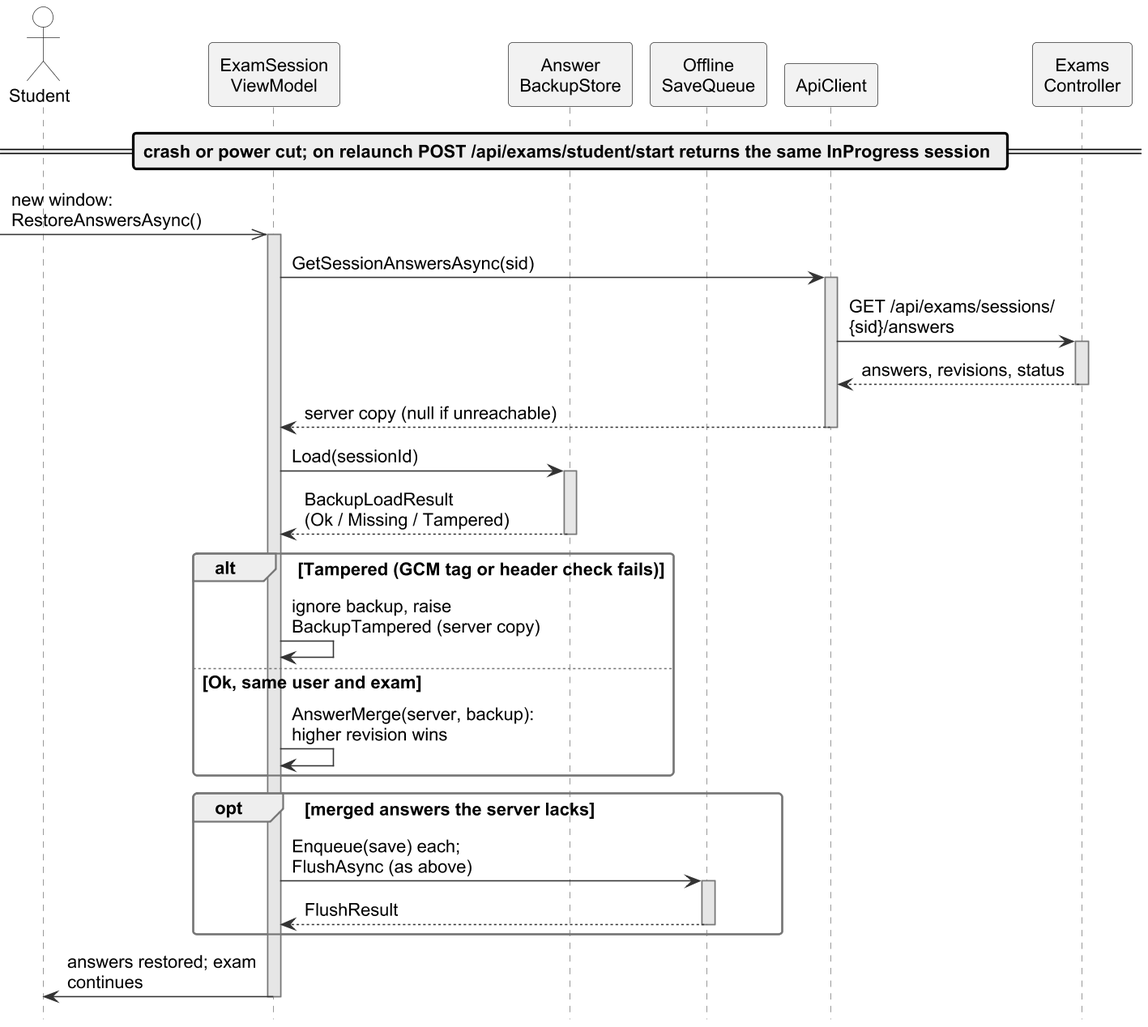
Haiderali27-hub/AI-Lab-Monitoring- keeps this PlantUML diagram as important docs/fyp_doc_3chatp/Figures/seq_recovery_b.png. Above is the earlier version.
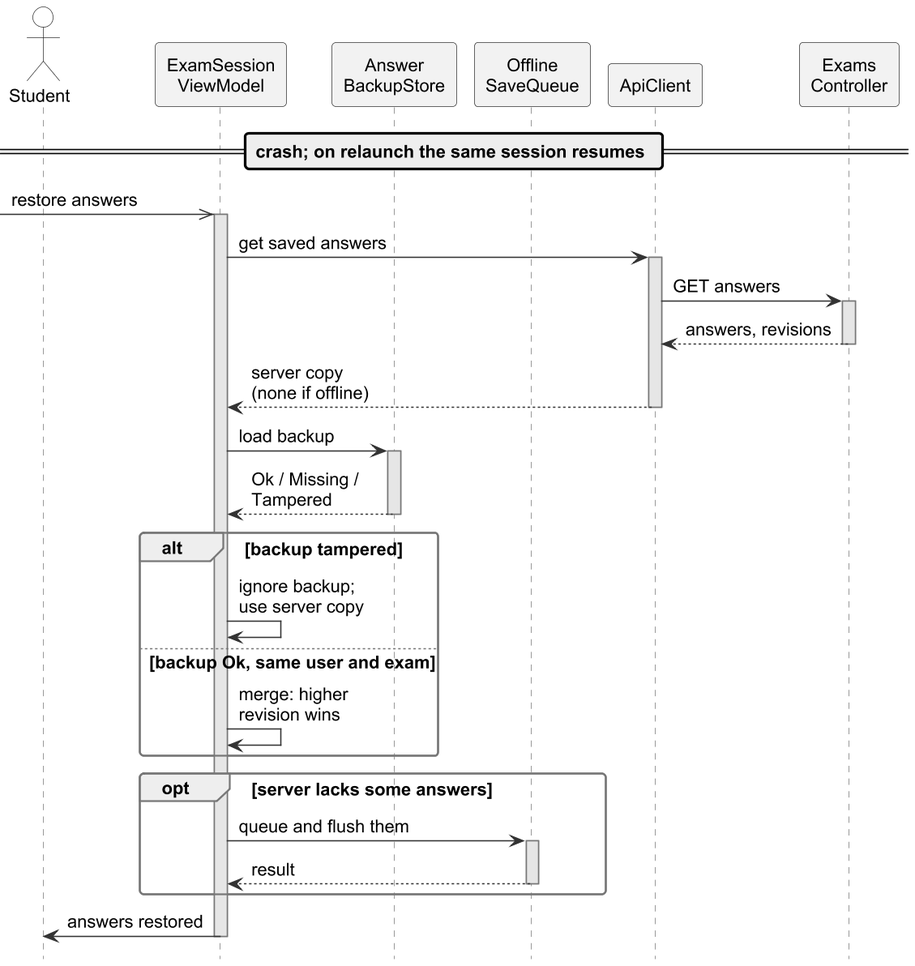
Above is the later version.

Change to the diagram source:
```diff
@@ -6,7 +6,6 @@
 hide unlinked
 skinparam ParticipantPadding 2
 skinparam BoxPadding 0
-skinparam maxMessageSize 200
 skinparam sequence {
   MessageAlign left
   LifeLineBackgroundColor #E6E6E6
@@ -18,32 +17,32 @@
 participant "Offline\nSaveQueue" as Q
 participant "ApiClient" as API
 participant "Exams\nController" as EC
-== crash or power cut; on relaunch POST /api/exams/student/start returns the same InProgress session ==
-[->> VM : new window: RestoreAnswersAsync()
+== crash; on relaunch the same session resumes ==
+[->> VM : restore answers
 activate VM
-VM -> API : GetSessionAnswersAsync(sid)
+VM -> API : get saved answers
 activate API
-API -> EC : GET /api/exams/sessions/\n{sid}/answers
+API -> EC : GET answers
 activate EC
-EC --> API : answers, revisions, status
+EC --> API : answers, revisions
 deactivate EC
-API --> VM : server copy (null if unreachable)
+API --> VM : server copy\n(none if offline)
 deactivate API
-VM -> BS : Load(sessionId)
+VM -> BS : load backup
 activate BS
-BS --> VM : BackupLoadResult\n(Ok / Missing / Tampered)
+BS --> VM : Ok / Missing /\nTampered
 deactivate BS
-alt Tampered (GCM tag or header check fails)
-  VM -> VM : ignore backup, raise\nBackupTampered (server copy)
-else Ok, same user and exam
-  VM -> VM : AnswerMerge(server, backup):\nhigher revision wins
+alt backup tampered
+  VM -> VM : ignore backup;\nuse server copy
+else backup Ok, same user and exam
+  VM -> VM : merge: higher\nrevision wins
 end
-opt merged answers the server lacks
-  VM -> Q : Enqueue(save) each; FlushAsync (as above)
+opt server lacks some answers
+  VM -> Q : queue and flush them
   activate Q
-  Q --> VM : FlushResult
+  Q --> VM : result
   deactivate Q
 end
-VM -> Student : answers restored; exam continues
+VM -> Student : answers restored
 deactivate VM
 @enduml
```
